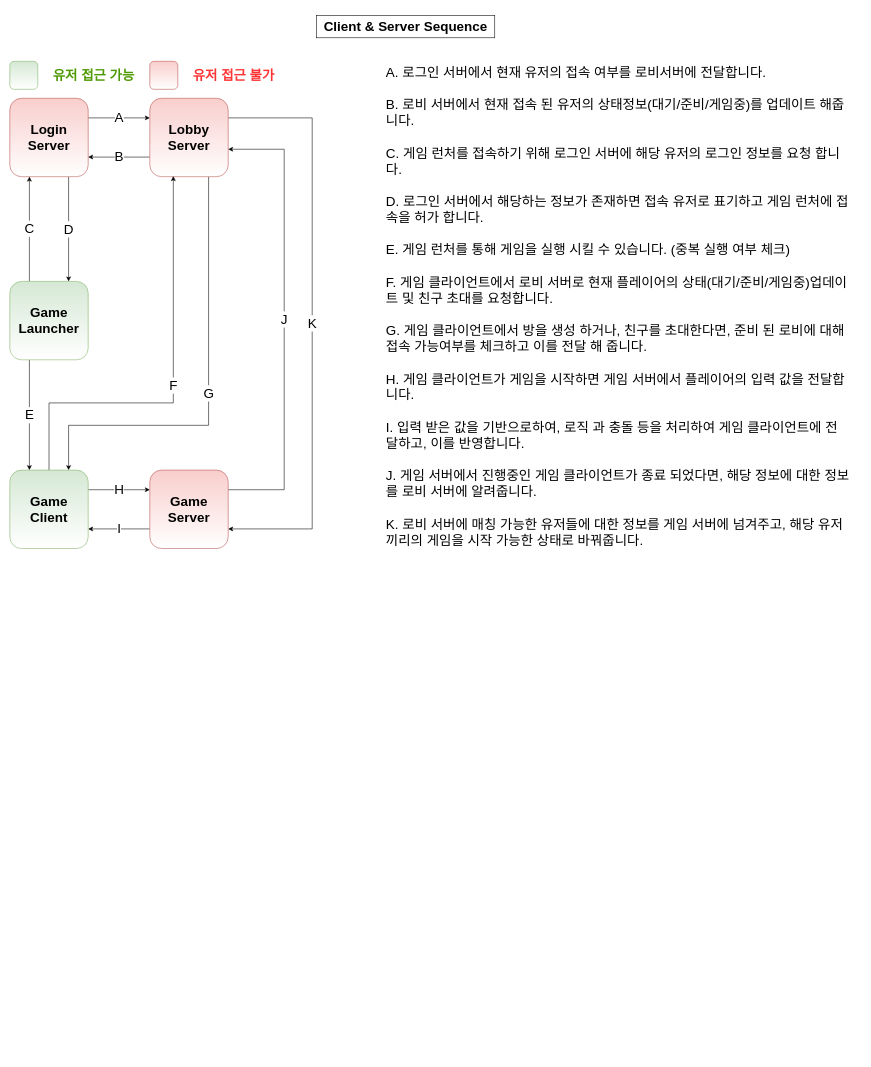
Before: page "Client&Server 관계도" (1 of 5) of Client_Server_Sequence.drawio in Donghyuks/DHServer, a draw.io diagram. Source tidied: cells renumbered, new cells numbered last; positions are measured from the earlier drawing's top-left corner, leaving out a move shared by most shapes. Both pictures are drawn from the tidied source at 56%, with x=0, y=0 at pixel (10, 15).
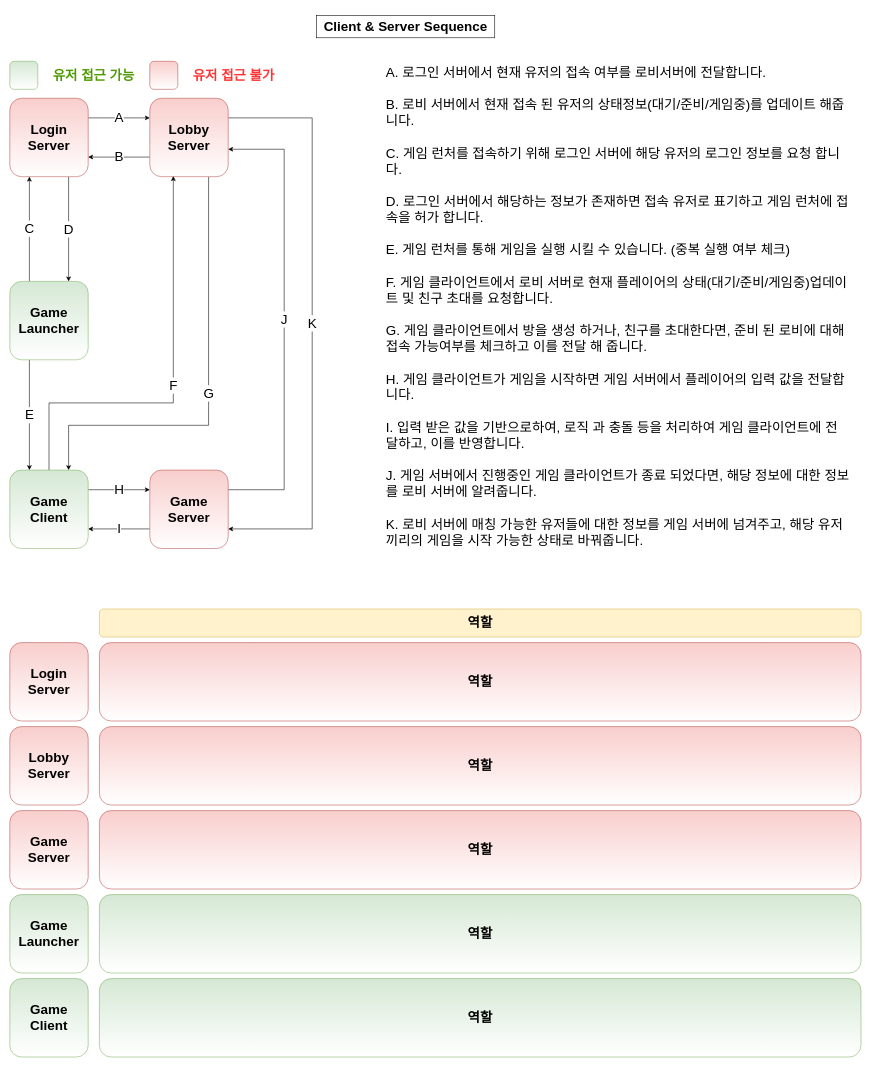
Above is the later version.

Diff of the diagram source:
```diff
@@
+    <mxCell id="24" value="Login Server" style="whiteSpace=wrap;html=1;fontStyle=1;fontSize=24;rounded=1;fillColor=#f8cecc;strokeColor=#b85450;gradientColor=#ffffff;" parent="1" vertex="1">
+      <mxGeometry y="1120" width="140" height="140" as="geometry" />
+    </mxCell>
+    <mxCell id="25" value="&lt;b&gt;&lt;font style=&quot;font-size: 24px&quot;&gt;역할&lt;/font&gt;&lt;/b&gt;" style="whiteSpace=wrap;html=1;rounded=1;fontSize=24;fontStyle=1;strokeColor=#d6b656;fillColor=#fff2cc;" parent="1" vertex="1">
+      <mxGeometry x="160" y="1060" width="1360" height="50" as="geometry" />
+    </mxCell>
+    <mxCell id="26" value="&lt;b&gt;&lt;font style=&quot;font-size: 24px&quot;&gt;역할&lt;/font&gt;&lt;/b&gt;" style="whiteSpace=wrap;html=1;rounded=1;fontSize=24;fontStyle=1;strokeColor=#b85450;fillColor=#f8cecc;gradientColor=#ffffff;" parent="1" vertex="1">
+      <mxGeometry x="160" y="1120" width="1360" height="140" as="geometry" />
+    </mxCell>
+    <mxCell id="27" value="Lobby Server" style="whiteSpace=wrap;html=1;fontStyle=1;fontSize=24;rounded=1;fillColor=#f8cecc;strokeColor=#b85450;gradientColor=#ffffff;" parent="1" vertex="1">
+      <mxGeometry y="1270" width="140" height="140" as="geometry" />
+    </mxCell>
+    <mxCell id="28" value="&lt;b&gt;&lt;font style=&quot;font-size: 24px&quot;&gt;역할&lt;/font&gt;&lt;/b&gt;" style="whiteSpace=wrap;html=1;rounded=1;fontSize=24;fontStyle=1;strokeColor=#b85450;fillColor=#f8cecc;gradientColor=#ffffff;" parent="1" vertex="1">
+      <mxGeometry x="160" y="1270" width="1360" height="140" as="geometry" />
+    </mxCell>
+    <mxCell id="29" value="Game Server" style="whiteSpace=wrap;html=1;fontStyle=1;fontSize=24;rounded=1;fillColor=#f8cecc;strokeColor=#b85450;gradientColor=#ffffff;" parent="1" vertex="1">
+      <mxGeometry y="1420" width="140" height="140" as="geometry" />
+    </mxCell>
+    <mxCell id="30" value="&lt;b&gt;&lt;font style=&quot;font-size: 24px&quot;&gt;역할&lt;/font&gt;&lt;/b&gt;" style="whiteSpace=wrap;html=1;rounded=1;fontSize=24;fontStyle=1;strokeColor=#b85450;fillColor=#f8cecc;gradientColor=#ffffff;" parent="1" vertex="1">
+      <mxGeometry x="160" y="1420" width="1360" height="140" as="geometry" />
+    </mxCell>
+    <mxCell id="31" value="Game Client" style="whiteSpace=wrap;html=1;fontStyle=1;fontSize=24;fillColor=#d5e8d4;strokeColor=#82b366;gradientColor=#ffffff;rounded=1;shadow=0;sketch=0;glass=0;" parent="1" vertex="1">
+      <mxGeometry y="1720" width="140" height="140" as="geometry" />
+    </mxCell>
+    <mxCell id="32" value="Game Launcher" style="whiteSpace=wrap;html=1;fontStyle=1;fontSize=24;fillColor=#d5e8d4;strokeColor=#82b366;gradientColor=#ffffff;rounded=1;shadow=0;sketch=0;glass=0;" parent="1" vertex="1">
+      <mxGeometry y="1570" width="140" height="140" as="geometry" />
+    </mxCell>
+    <mxCell id="33" value="&lt;b&gt;&lt;font style=&quot;font-size: 24px&quot;&gt;역할&lt;/font&gt;&lt;/b&gt;" style="whiteSpace=wrap;html=1;rounded=1;fontSize=24;fontStyle=1;strokeColor=#82b366;fillColor=#d5e8d4;gradientColor=#ffffff;shadow=0;glass=0;sketch=0;" parent="1" vertex="1">
+      <mxGeometry x="160" y="1570" width="1360" height="140" as="geometry" />
+    </mxCell>
+    <mxCell id="34" value="&lt;b&gt;&lt;font style=&quot;font-size: 24px&quot;&gt;역할&lt;/font&gt;&lt;/b&gt;" style="whiteSpace=wrap;html=1;rounded=1;fontSize=24;fontStyle=1;strokeColor=#82b366;fillColor=#d5e8d4;gradientColor=#ffffff;shadow=0;glass=0;sketch=0;" parent="1" vertex="1">
+      <mxGeometry x="160" y="1720" width="1360" height="140" as="geometry" />
+    </mxCell>
```
